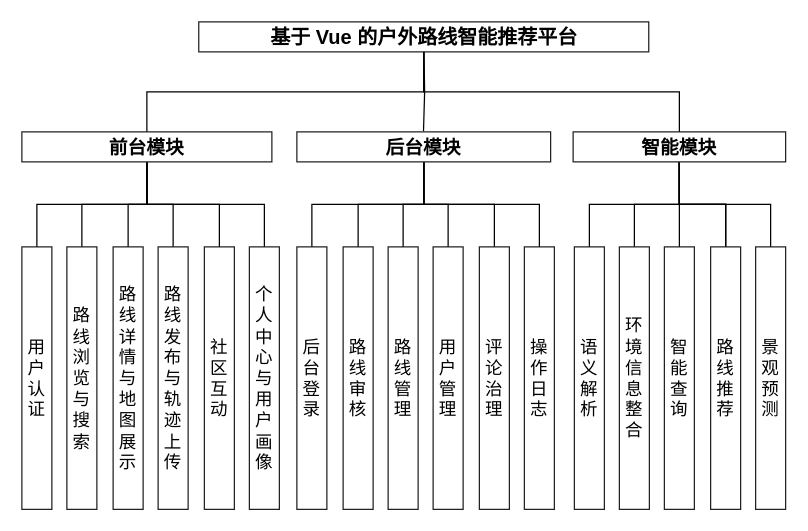
Earlier version of the draw.io diagram DOCS/architecture-diagrams/sources/功能模块图/系统功能模块图.drawio (612cs/TrailQuest). Source tidied: cells renumbered, new cells numbered last; positions are measured from the earlier drawing's top-left corner, leaving out a move shared by most shapes. Both pictures are drawn from the tidied source at 125%, with x=0, y=0 at pixel (21, 21).
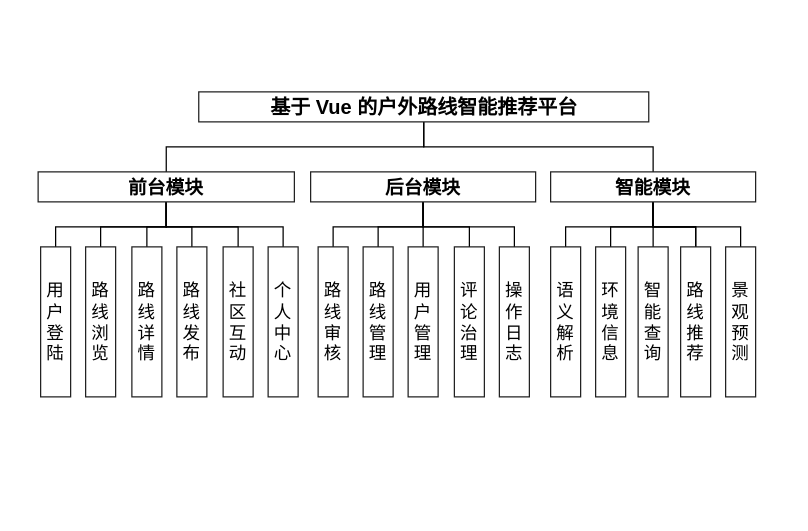
The same page after the edit.

The edit, as a diff of the source:
```diff
@@
     <mxCell id="4" value="基于 Vue 的户外路线智能推荐平台" style="rounded=0;whiteSpace=wrap;html=1;strokeColor=#222222;fillColor=none;fontSize=16;fontStyle=1;" parent="1" vertex="1">
-      <mxGeometry x="141.5" width="360" height="24" as="geometry" />
+      <mxGeometry x="141.5" y="56" width="360" height="24" as="geometry" />
     </mxCell>
@@
     <mxCell id="11" value="前台模块" style="rounded=0;whiteSpace=wrap;html=1;strokeColor=#222222;fillColor=none;fontSize=15;fontStyle=1;direction=south;" parent="1" vertex="1">
-      <mxGeometry y="88" width="200" height="24" as="geometry" />
+      <mxGeometry x="13" y="120" width="205" height="24" as="geometry" />
     </mxCell>
-    <mxCell id="12" style="edgeStyle=orthogonalEdgeStyle;rounded=0;jettySize=auto;html=1;entryX=0.5;entryY=0;entryDx=0;entryDy=0;endArrow=none;endFill=0;" parent="1" edge="1" source="18" target="33">
-      <mxGeometry relative="1" as="geometry" />
-    </mxCell>
@@
     <mxCell id="18" value="后台模块" style="rounded=0;whiteSpace=wrap;html=1;strokeColor=#222222;fillColor=none;fontSize=15;fontStyle=1;direction=south;" parent="1" vertex="1">
-      <mxGeometry x="220" y="88" width="203" height="24" as="geometry" />
+      <mxGeometry x="231" y="120" width="180" height="24" as="geometry" />
     </mxCell>
@@
     <mxCell id="26" value="智能模块" style="rounded=0;whiteSpace=wrap;html=1;strokeColor=#222222;fillColor=none;fontSize=15;fontStyle=1;direction=south;" parent="1" vertex="1">
-      <mxGeometry x="441" y="88" width="170" height="24" as="geometry" />
+      <mxGeometry x="423" y="120" width="164" height="24" as="geometry" />
     </mxCell>
-    <mxCell id="27" value="用户认证" style="rounded=0;whiteSpace=wrap;html=1;verticalLabel=1;align=center;verticalAlign=middle;strokeColor=#222222;fillColor=none;fontSize=14;" parent="1" vertex="1">
-      <mxGeometry y="180" width="24" height="210" as="geometry" />
+    <mxCell id="27" value="用户登陆" style="rounded=0;whiteSpace=wrap;html=1;verticalLabel=1;align=center;verticalAlign=middle;strokeColor=#222222;fillColor=none;fontSize=14;" parent="1" vertex="1">
+      <mxGeometry x="15" y="180" width="24" height="120" as="geometry" />
     </mxCell>
-    <mxCell id="28" value="路线浏览&#10;与搜索" style="rounded=0;whiteSpace=wrap;html=1;verticalLabel=1;align=center;verticalAlign=middle;strokeColor=#222222;fillColor=none;fontSize=14;" parent="1" vertex="1">
-      <mxGeometry x="36" y="180" width="24" height="210" as="geometry" />
+    <mxCell id="28" value="路线浏览" style="rounded=0;whiteSpace=wrap;html=1;verticalLabel=1;align=center;verticalAlign=middle;strokeColor=#222222;fillColor=none;fontSize=14;" parent="1" vertex="1">
+      <mxGeometry x="51" y="180" width="24" height="120" as="geometry" />
     </mxCell>
-    <mxCell id="29" value="路线详情&#10;与地图展示" style="rounded=0;whiteSpace=wrap;html=1;verticalLabel=1;align=center;verticalAlign=middle;strokeColor=#222222;fillColor=none;fontSize=14;" parent="1" vertex="1">
-      <mxGeometry x="73" y="180" width="24" height="210" as="geometry" />
+    <mxCell id="29" value="路线详情" style="rounded=0;whiteSpace=wrap;html=1;verticalLabel=1;align=center;verticalAlign=middle;strokeColor=#222222;fillColor=none;fontSize=14;" parent="1" vertex="1">
+      <mxGeometry x="88" y="180" width="24" height="120" as="geometry" />
     </mxCell>
-    <mxCell id="30" value="路线发布与&#10;轨迹上传" style="rounded=0;whiteSpace=wrap;html=1;verticalLabel=1;align=center;verticalAlign=middle;strokeColor=#222222;fillColor=none;fontSize=14;" parent="1" vertex="1">
-      <mxGeometry x="109" y="180" width="24" height="210" as="geometry" />
+    <mxCell id="30" value="路线发布" style="rounded=0;whiteSpace=wrap;html=1;verticalLabel=1;align=center;verticalAlign=middle;strokeColor=#222222;fillColor=none;fontSize=14;" parent="1" vertex="1">
+      <mxGeometry x="124" y="180" width="24" height="120" as="geometry" />
     </mxCell>
     <mxCell id="31" value="社区互动" style="rounded=0;whiteSpace=wrap;html=1;verticalLabel=1;align=center;verticalAlign=middle;strokeColor=#222222;fillColor=none;fontSize=14;" parent="1" vertex="1">
-      <mxGeometry x="146" y="180" width="24" height="210" as="geometry" />
+      <mxGeometry x="161" y="180" width="24" height="120" as="geometry" />
     </mxCell>
-    <mxCell id="32" value="个人中心与&#10;用户画像" style="rounded=0;whiteSpace=wrap;html=1;verticalLabel=1;align=center;verticalAlign=middle;strokeColor=#222222;fillColor=none;fontSize=14;" parent="1" vertex="1">
-      <mxGeometry x="182" y="180" width="24" height="210" as="geometry" />
+    <mxCell id="32" value="个人中心" style="rounded=0;whiteSpace=wrap;html=1;verticalLabel=1;align=center;verticalAlign=middle;strokeColor=#222222;fillColor=none;fontSize=14;" parent="1" vertex="1">
+      <mxGeometry x="197" y="180" width="24" height="120" as="geometry" />
     </mxCell>
-    <mxCell id="33" value="后台登录" style="rounded=0;whiteSpace=wrap;html=1;verticalLabel=1;align=center;verticalAlign=middle;strokeColor=#222222;fillColor=none;fontSize=14;" parent="1" vertex="1">
-      <mxGeometry x="220" y="180" width="24" height="210" as="geometry" />
-    </mxCell>
     <mxCell id="34" value="路线审核" style="rounded=0;whiteSpace=wrap;html=1;verticalLabel=1;align=center;verticalAlign=middle;strokeColor=#222222;fillColor=none;fontSize=14;" parent="1" vertex="1">
-      <mxGeometry x="257" y="180" width="24" height="210" as="geometry" />
+      <mxGeometry x="237" y="180" width="24" height="120" as="geometry" />
     </mxCell>
     <mxCell id="35" value="路线管理" style="rounded=0;whiteSpace=wrap;html=1;verticalLabel=1;align=center;verticalAlign=middle;strokeColor=#222222;fillColor=none;fontSize=14;" parent="1" vertex="1">
-      <mxGeometry x="293" y="180" width="24" height="210" as="geometry" />
+      <mxGeometry x="273" y="180" width="24" height="120" as="geometry" />
     </mxCell>
     <mxCell id="36" value="用户管理" style="rounded=0;whiteSpace=wrap;html=1;verticalLabel=1;align=center;verticalAlign=middle;strokeColor=#222222;fillColor=none;fontSize=14;" parent="1" vertex="1">
-      <mxGeometry x="329" y="180" width="24" height="210" as="geometry" />
+      <mxGeometry x="309" y="180" width="24" height="120" as="geometry" />
     </mxCell>
     <mxCell id="37" value="评论治理" style="rounded=0;whiteSpace=wrap;html=1;verticalLabel=1;align=center;verticalAlign=middle;strokeColor=#222222;fillColor=none;fontSize=14;" parent="1" vertex="1">
-      <mxGeometry x="366" y="180" width="24" height="210" as="geometry" />
+      <mxGeometry x="346" y="180" width="24" height="120" as="geometry" />
     </mxCell>
     <mxCell id="38" value="操作日志" style="rounded=0;whiteSpace=wrap;html=1;verticalLabel=1;align=center;verticalAlign=middle;strokeColor=#222222;fillColor=none;fontSize=14;" parent="1" vertex="1">
-      <mxGeometry x="402" y="180" width="24" height="210" as="geometry" />
+      <mxGeometry x="382" y="180" width="24" height="120" as="geometry" />
     </mxCell>
     <mxCell id="39" value="语义解析" style="rounded=0;whiteSpace=wrap;html=1;verticalLabel=1;align=center;verticalAlign=middle;strokeColor=#222222;fillColor=none;fontSize=14;" parent="1" vertex="1">
-      <mxGeometry x="442" y="180" width="24" height="210" as="geometry" />
+      <mxGeometry x="423" y="180" width="24" height="120" as="geometry" />
     </mxCell>
-    <mxCell id="40" value="环境信息&#10;整合" style="rounded=0;whiteSpace=wrap;html=1;verticalLabel=1;align=center;verticalAlign=middle;strokeColor=#222222;fillColor=none;fontSize=14;" parent="1" vertex="1">
-      <mxGeometry x="478" y="180" width="24" height="210" as="geometry" />
+    <mxCell id="40" value="环境信息" style="rounded=0;whiteSpace=wrap;html=1;verticalLabel=1;align=center;verticalAlign=middle;strokeColor=#222222;fillColor=none;fontSize=14;" parent="1" vertex="1">
+      <mxGeometry x="459" y="180" width="24" height="120" as="geometry" />
     </mxCell>
     <mxCell id="41" value="智能查询" style="rounded=0;whiteSpace=wrap;html=1;verticalLabel=1;align=center;verticalAlign=middle;strokeColor=#222222;fillColor=none;fontSize=14;" parent="1" vertex="1">
-      <mxGeometry x="514" y="180" width="24" height="210" as="geometry" />
+      <mxGeometry x="493" y="180" width="24" height="120" as="geometry" />
     </mxCell>
     <mxCell id="42" value="路线推荐" style="rounded=0;whiteSpace=wrap;html=1;verticalLabel=1;align=center;verticalAlign=middle;strokeColor=#222222;fillColor=none;fontSize=14;" parent="1" vertex="1">
-      <mxGeometry x="551" y="180" width="24" height="210" as="geometry" />
+      <mxGeometry x="527" y="180" width="24" height="120" as="geometry" />
     </mxCell>
     <mxCell id="43" value="景观预测" style="rounded=0;whiteSpace=wrap;html=1;verticalLabel=1;align=center;verticalAlign=middle;strokeColor=#222222;fillColor=none;fontSize=14;" parent="1" vertex="1">
-      <mxGeometry x="587" y="180" width="24" height="210" as="geometry" />
+      <mxGeometry x="563" y="180" width="24" height="120" as="geometry" />
     </mxCell>
-    <mxCell id="44" style="edgeStyle=orthogonalEdgeStyle;rounded=0;orthogonalLoop=1;jettySize=auto;html=1;entryX=-0.026;entryY=0.581;entryDx=0;entryDy=0;entryPerimeter=0;endArrow=none;endFill=0;" parent="1" edge="1">
-      <mxGeometry relative="1" as="geometry">
-        <mxPoint x="321.7" y="24" as="sourcePoint" />
-        <mxPoint x="321.3" y="87.4" as="targetPoint" />
-      </mxGeometry>
-    </mxCell>
```
